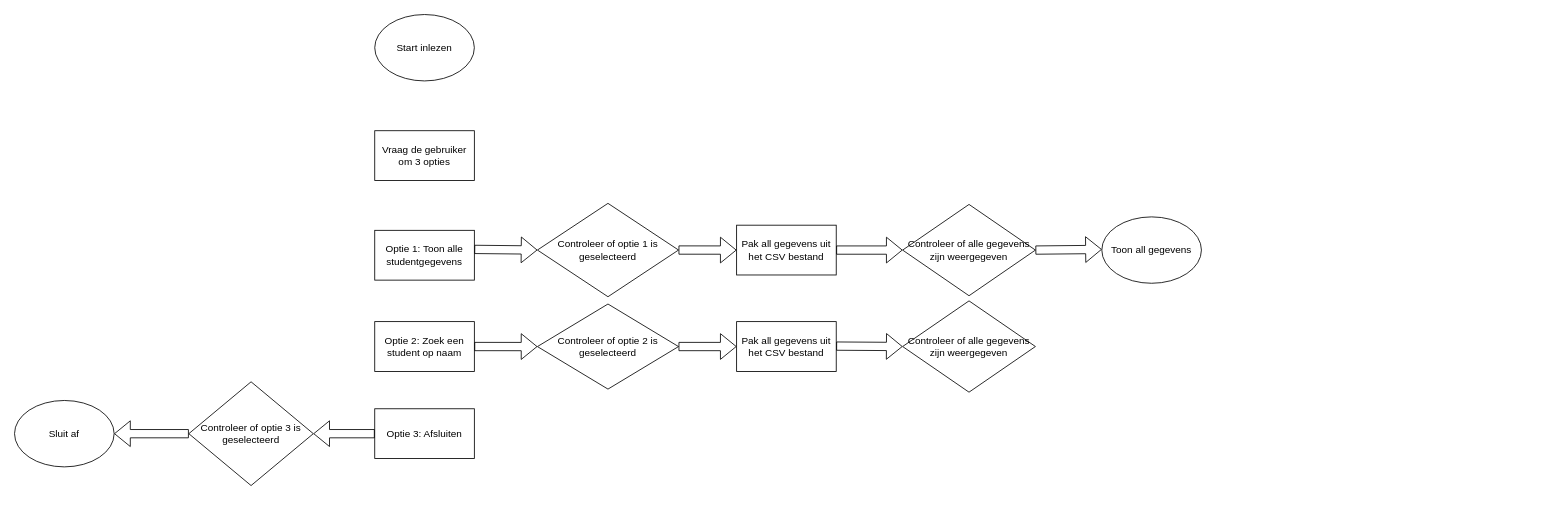
Above: Diagram zonder titel.drawio in Hamsterbalzak1/Ray4N (draw.io), before the change. Source tidied: cells renumbered, new cells numbered last; positions are measured from the earlier drawing's top-left corner, leaving out a move shared by most shapes. Both pictures are drawn from the tidied source at 83%, with x=0, y=0 at pixel (14, 14).
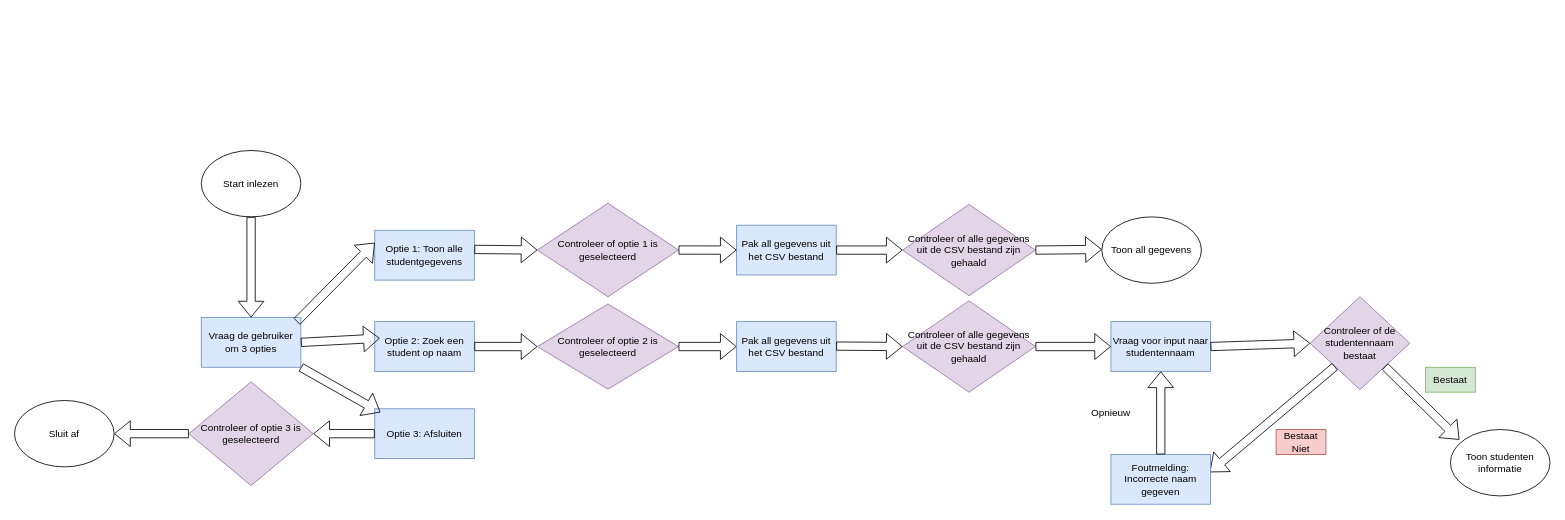
The same diagram, later.

The edit, as a diff of the source:
```diff
@@
     <mxCell id="2" value="Start inlezen" style="ellipse;whiteSpace=wrap;html=1;" parent="1" vertex="1">
-      <mxGeometry x="434" width="120" height="80" as="geometry" />
+      <mxGeometry x="225" y="163.8" width="120" height="80" as="geometry" />
     </mxCell>
-    <mxCell id="3" value="Vraag de gebruiker om 3 opties" style="rounded=0;whiteSpace=wrap;html=1;" parent="1" vertex="1">
-      <mxGeometry x="434" y="140" width="120" height="60" as="geometry" />
+    <mxCell id="3" value="Vraag de gebruiker om 3 opties" style="rounded=0;whiteSpace=wrap;html=1;fillColor=#dae8fc;strokeColor=#6c8ebf;" parent="1" vertex="1">
+      <mxGeometry x="225" y="365" width="120" height="60" as="geometry" />
     </mxCell>
-    <mxCell id="4" value="Optie 1: Toon alle studentgegevens" style="rounded=0;whiteSpace=wrap;html=1;" parent="1" vertex="1">
+    <mxCell id="4" value="Optie 1: Toon alle studentgegevens" style="rounded=0;whiteSpace=wrap;html=1;fillColor=#dae8fc;strokeColor=#6c8ebf;" parent="1" vertex="1">
       <mxGeometry x="434" y="260" width="120" height="60" as="geometry" />
     </mxCell>
-    <mxCell id="5" value="Optie 3: Afsluiten" style="rounded=0;whiteSpace=wrap;html=1;" parent="1" vertex="1">
+    <mxCell id="5" value="Optie 3: Afsluiten" style="rounded=0;whiteSpace=wrap;html=1;fillColor=#dae8fc;strokeColor=#6c8ebf;" parent="1" vertex="1">
       <mxGeometry x="434" y="475" width="120" height="60" as="geometry" />
     </mxCell>
-    <mxCell id="6" value="Optie 2: Zoek een student op naam" style="rounded=0;whiteSpace=wrap;html=1;" parent="1" vertex="1">
+    <mxCell id="6" value="Optie 2: Zoek een student op naam" style="rounded=0;whiteSpace=wrap;html=1;fillColor=#dae8fc;strokeColor=#6c8ebf;" parent="1" vertex="1">
       <mxGeometry x="434" y="370" width="120" height="60" as="geometry" />
     </mxCell>
-    <mxCell id="7" value="Controleer of optie 3 is geselecteerd" style="rhombus;whiteSpace=wrap;html=1;" parent="1" vertex="1">
+    <mxCell id="7" value="Controleer of optie 3 is geselecteerd" style="rhombus;whiteSpace=wrap;html=1;fillColor=#e1d5e7;strokeColor=#9673a6;" parent="1" vertex="1">
       <mxGeometry x="210" y="442.5" width="150" height="125" as="geometry" />
     </mxCell>
-    <mxCell id="8" value="Controleer of optie 2 is geselecteerd" style="rhombus;whiteSpace=wrap;html=1;" parent="1" vertex="1">
+    <mxCell id="8" value="Controleer of optie 2 is geselecteerd" style="rhombus;whiteSpace=wrap;html=1;fillColor=#e1d5e7;strokeColor=#9673a6;" parent="1" vertex="1">
       <mxGeometry x="630" y="348.8" width="170" height="102.5" as="geometry" />
     </mxCell>
-    <mxCell id="9" value="Controleer of optie 1 is geselecteerd" style="rhombus;whiteSpace=wrap;html=1;" parent="1" vertex="1">
+    <mxCell id="9" value="Controleer of optie 1 is geselecteerd" style="rhombus;whiteSpace=wrap;html=1;fillColor=#e1d5e7;strokeColor=#9673a6;" parent="1" vertex="1">
       <mxGeometry x="630" y="227.5" width="170" height="112.5" as="geometry" />
     </mxCell>
@@
-    <mxCell id="15" value="Pak all gegevens uit het CSV bestand" style="rounded=0;whiteSpace=wrap;html=1;" parent="1" vertex="1">
+    <mxCell id="15" value="Pak all gegevens uit het CSV bestand" style="rounded=0;whiteSpace=wrap;html=1;fillColor=#dae8fc;strokeColor=#6c8ebf;" parent="1" vertex="1">
       <mxGeometry x="870" y="253.8" width="120" height="60" as="geometry" />
     </mxCell>
@@
-    <mxCell id="18" value="Pak all gegevens uit het CSV bestand" style="rounded=0;whiteSpace=wrap;html=1;" parent="1" vertex="1">
+    <mxCell id="18" value="Pak all gegevens uit het CSV bestand" style="rounded=0;whiteSpace=wrap;html=1;fillColor=#dae8fc;strokeColor=#6c8ebf;" parent="1" vertex="1">
       <mxGeometry x="870" y="370" width="120" height="60" as="geometry" />
     </mxCell>
-    <mxCell id="19" value="Controleer of alle gegevens zijn weergegeven" style="rhombus;whiteSpace=wrap;html=1;" parent="1" vertex="1">
+    <mxCell id="19" value="Controleer of alle gegevens uit de CSV bestand zijn gehaald" style="rhombus;whiteSpace=wrap;html=1;fillColor=#e1d5e7;strokeColor=#9673a6;" parent="1" vertex="1">
       <mxGeometry x="1070" y="228.8" width="160" height="110" as="geometry" />
     </mxCell>
@@
-    <mxCell id="22" value="Controleer of alle gegevens zijn weergegeven" style="rhombus;whiteSpace=wrap;html=1;" parent="1" vertex="1">
+    <mxCell id="22" value="Controleer of alle gegevens uit de CSV bestand zijn gehaald" style="rhombus;whiteSpace=wrap;html=1;fillColor=#e1d5e7;strokeColor=#9673a6;" parent="1" vertex="1">
       <mxGeometry x="1070" y="345" width="160" height="110" as="geometry" />
     </mxCell>
@@
+    <mxCell id="25" value="Vraag voor input naar studentennaam" style="rounded=0;whiteSpace=wrap;html=1;fillColor=#dae8fc;strokeColor=#6c8ebf;" parent="1" vertex="1">
+      <mxGeometry x="1321" y="370" width="120" height="60" as="geometry" />
+    </mxCell>
+    <mxCell id="26" value="Controleer of de studentennaam bestaat" style="rhombus;whiteSpace=wrap;html=1;fillColor=#e1d5e7;strokeColor=#9673a6;" parent="1" vertex="1">
+      <mxGeometry x="1561" y="340" width="120" height="112" as="geometry" />
+    </mxCell>
+    <mxCell id="27" style="shape=flexArrow;endArrow=classic;html=1;rounded=0;exitX=1;exitY=1;exitDx=0;exitDy=0;entryX=0.09;entryY=0.154;entryDx=0;entryDy=0;entryPerimeter=0;" parent="1" edge="1" source="26" target="36">
+      <mxGeometry relative="1" as="geometry" />
+    </mxCell>
+    <mxCell id="28" style="shape=flexArrow;endArrow=classic;html=1;rounded=0;exitX=0;exitY=1;exitDx=0;exitDy=0;entryX=0.991;entryY=0.357;entryDx=0;entryDy=0;entryPerimeter=0;" parent="1" edge="1" source="26" target="32">
+      <mxGeometry relative="1" as="geometry" />
+    </mxCell>
+    <mxCell id="29" style="shape=flexArrow;endArrow=classic;html=1;rounded=0;exitX=1;exitY=0.5;exitDx=0;exitDy=0;entryX=0;entryY=0.5;entryDx=0;entryDy=0;" parent="1" edge="1" source="22" target="25">
+      <mxGeometry relative="1" as="geometry" />
+    </mxCell>
+    <mxCell id="30" value="Bestaat Niet" style="text;html=1;align=center;verticalAlign=middle;whiteSpace=wrap;rounded=0;fillColor=#f8cecc;strokeColor=#b85450;" parent="1" vertex="1">
+      <mxGeometry x="1520" y="500" width="60" height="30" as="geometry" />
+    </mxCell>
+    <mxCell id="31" value="Bestaat" style="text;html=1;align=center;verticalAlign=middle;whiteSpace=wrap;rounded=0;fillColor=#d5e8d4;strokeColor=#82b366;" parent="1" vertex="1">
+      <mxGeometry x="1700" y="425" width="60" height="30" as="geometry" />
+    </mxCell>
+    <mxCell id="32" value="Foutmelding: Incorrecte naam gegeven" style="rounded=0;whiteSpace=wrap;html=1;fillColor=#dae8fc;strokeColor=#6c8ebf;" parent="1" vertex="1">
+      <mxGeometry x="1321" y="530" width="120" height="60" as="geometry" />
+    </mxCell>
+    <mxCell id="33" style="shape=flexArrow;endArrow=classic;html=1;rounded=0;exitX=0.5;exitY=0;exitDx=0;exitDy=0;entryX=0.5;entryY=1;entryDx=0;entryDy=0;" parent="1" edge="1" source="32" target="25">
+      <mxGeometry relative="1" as="geometry" />
+    </mxCell>
+    <mxCell id="34" style="shape=flexArrow;endArrow=classic;html=1;rounded=0;exitX=1;exitY=0.5;exitDx=0;exitDy=0;entryX=0;entryY=0.5;entryDx=0;entryDy=0;" parent="1" edge="1" source="25" target="26">
+      <mxGeometry relative="1" as="geometry" />
+    </mxCell>
+    <mxCell id="35" value="Opnieuw" style="text;html=1;align=center;verticalAlign=middle;whiteSpace=wrap;rounded=0;" parent="1" vertex="1">
+      <mxGeometry x="1291" y="465" width="60" height="30" as="geometry" />
+    </mxCell>
+    <mxCell id="36" value="Toon studenten informatie" style="ellipse;whiteSpace=wrap;html=1;" parent="1" vertex="1">
+      <mxGeometry x="1730" y="500" width="120" height="80" as="geometry" />
+    </mxCell>
+    <mxCell id="37" style="shape=flexArrow;endArrow=classic;html=1;rounded=0;exitX=0.5;exitY=1;exitDx=0;exitDy=0;entryX=0.5;entryY=0;entryDx=0;entryDy=0;" parent="1" edge="1" source="2" target="3">
+      <mxGeometry relative="1" as="geometry" />
+    </mxCell>
+    <mxCell id="38" style="shape=flexArrow;endArrow=classic;html=1;rounded=0;entryX=0;entryY=0.25;entryDx=0;entryDy=0;" parent="1" edge="1" target="4">
+      <mxGeometry relative="1" as="geometry">
+        <mxPoint x="340" y="370" as="sourcePoint" />
+      </mxGeometry>
+    </mxCell>
+    <mxCell id="39" style="shape=flexArrow;endArrow=classic;html=1;rounded=0;exitX=1;exitY=0.5;exitDx=0;exitDy=0;entryX=0.05;entryY=0.333;entryDx=0;entryDy=0;entryPerimeter=0;" parent="1" edge="1" source="3" target="6">
+      <mxGeometry relative="1" as="geometry" />
+    </mxCell>
+    <mxCell id="40" style="shape=flexArrow;endArrow=classic;html=1;rounded=0;exitX=1;exitY=1;exitDx=0;exitDy=0;entryX=0.057;entryY=0.071;entryDx=0;entryDy=0;entryPerimeter=0;" parent="1" edge="1" source="3" target="5">
+      <mxGeometry relative="1" as="geometry" />
+    </mxCell>
```
